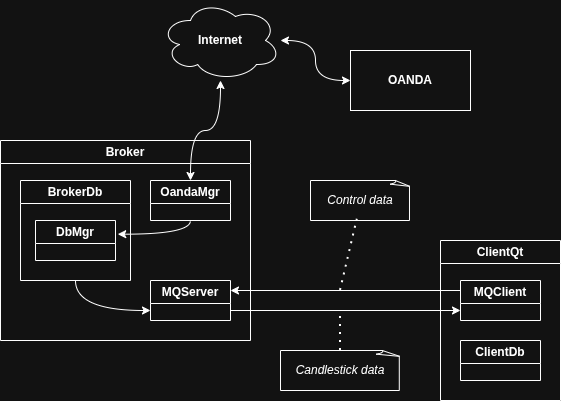
NadimGhaznavi/aifx keeps this draw.io diagram as images/aifx-class-diagram.png. Above is the earlier version. Source tidied: cells renumbered, new cells last; positions are measured from the earlier drawing's top-left corner, leaving out a move shared by most shapes.
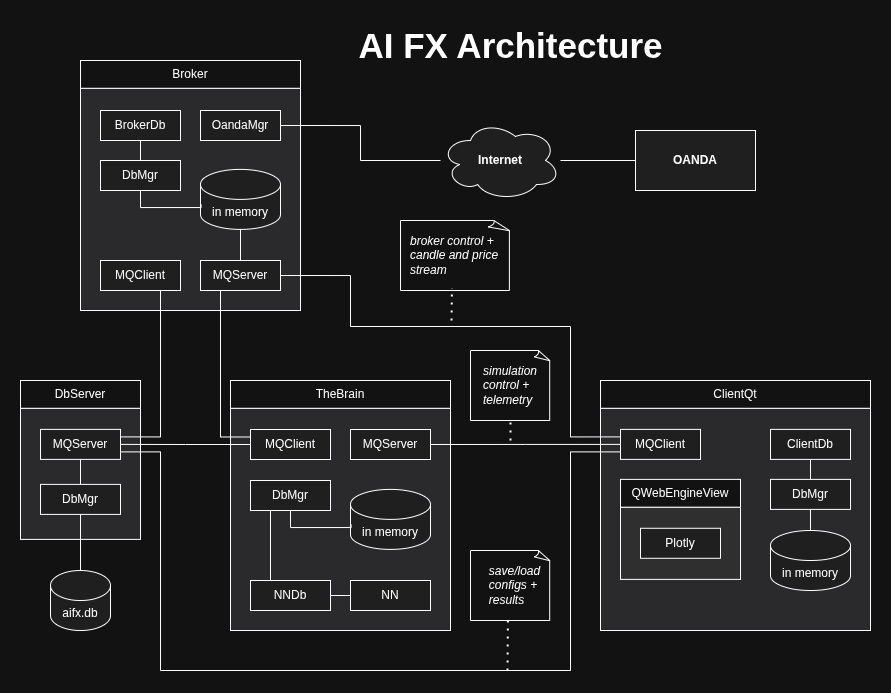
Later version of the same file.

Commit message:
Feat: Target architecture

Diff of the diagram source:
```diff
@@ -2,71 +2,225 @@
   <root>
     <mxCell id="0" />
     <mxCell id="1" parent="0" />
-    <mxCell id="2" value="Internet" style="ellipse;shape=cloud;whiteSpace=wrap;html=1;fontStyle=1;" parent="1" vertex="1">
-      <mxGeometry x="160" width="120" height="80" as="geometry" />
+    <mxCell id="2" value="Internet" style="ellipse;shape=cloud;whiteSpace=wrap;html=1;fontStyle=1;fillColor=light-dark(#FFFFFF,#1F1F1F);" parent="1" vertex="1">
+      <mxGeometry x="560" y="-50" width="120" height="80" as="geometry" />
     </mxCell>
-    <mxCell id="3" value="Broker" style="swimlane;whiteSpace=wrap;html=1;" parent="1" vertex="1">
-      <mxGeometry y="140" width="250" height="200" as="geometry" />
-    </mxCell>
-    <mxCell id="4" value="BrokerDb" style="swimlane;whiteSpace=wrap;html=1;" parent="3" vertex="1">
-      <mxGeometry x="20" y="40" width="110" height="100" as="geometry" />
-    </mxCell>
-    <mxCell id="5" value="DbMgr" style="swimlane;whiteSpace=wrap;html=1;" parent="4" vertex="1">
-      <mxGeometry x="15" y="40" width="80" height="40" as="geometry" />
-    </mxCell>
-    <mxCell id="6" value="MQServer" style="swimlane;whiteSpace=wrap;html=1;" parent="3" vertex="1">
-      <mxGeometry x="150" y="140" width="80" height="40" as="geometry" />
-    </mxCell>
-    <mxCell id="7" style="endArrow=classic;html=1;rounded=0;entryX=0.699;entryY=0.976;entryDx=0;entryDy=0;entryPerimeter=0;edgeStyle=orthogonalEdgeStyle;curved=1;startArrow=none;startFill=0;exitX=0;exitY=0.25;exitDx=0;exitDy=0;" parent="6" edge="1" source="15">
-      <mxGeometry relative="1" as="geometry">
-        <mxPoint x="80" y="10" as="targetPoint" />
-      </mxGeometry>
-    </mxCell>
-    <mxCell id="8" value="OandaMgr" style="swimlane;whiteSpace=wrap;html=1;" parent="3" vertex="1">
-      <mxGeometry x="150" y="40" width="80" height="40" as="geometry" />
-    </mxCell>
-    <mxCell id="9" style="endArrow=classic;html=1;rounded=0;edgeStyle=orthogonalEdgeStyle;curved=1;exitX=0.5;exitY=1;exitDx=0;exitDy=0;entryX=1.028;entryY=0.342;entryDx=0;entryDy=0;entryPerimeter=0;" parent="3" edge="1" source="8" target="5">
-      <mxGeometry relative="1" as="geometry" />
-    </mxCell>
-    <mxCell id="10" style="endArrow=classic;html=1;rounded=0;edgeStyle=orthogonalEdgeStyle;curved=1;entryX=0;entryY=0.75;entryDx=0;entryDy=0;exitX=0.5;exitY=1;exitDx=0;exitDy=0;" parent="3" edge="1" source="4" target="6">
-      <mxGeometry relative="1" as="geometry" />
-    </mxCell>
-    <mxCell id="11" style="endArrow=classic;html=1;rounded=0;edgeStyle=orthogonalEdgeStyle;curved=1;startArrow=classic;startFill=1;" parent="1" edge="1" source="8" target="2">
-      <mxGeometry relative="1" as="geometry" />
-    </mxCell>
-    <mxCell id="12" value="OANDA" style="rounded=0;whiteSpace=wrap;html=1;fontStyle=1;" parent="1" vertex="1">
-      <mxGeometry x="350" y="50" width="120" height="60" as="geometry" />
+    <mxCell id="12" value="OANDA" style="rounded=0;whiteSpace=wrap;html=1;fontStyle=1;fillColor=light-dark(#FFFFFF,#1F1F1F);" parent="1" vertex="1">
+      <mxGeometry x="755" y="-40" width="120" height="60" as="geometry" />
     </mxCell>
-    <mxCell id="13" style="endArrow=classic;html=1;rounded=0;edgeStyle=orthogonalEdgeStyle;curved=1;startArrow=classic;startFill=1;" parent="1" edge="1" source="2" target="12">
+    <mxCell id="13" style="endArrow=none;html=1;rounded=0;edgeStyle=orthogonalEdgeStyle;startArrow=none;startFill=0;endFill=0;" parent="1" edge="1" source="2" target="12">
       <mxGeometry relative="1" as="geometry" />
     </mxCell>
+    <mxCell id="17" value="&lt;div style=&quot;text-align: left;&quot;&gt;broker control +&lt;/div&gt;&lt;div style=&quot;text-align: left;&quot;&gt;candle and price stream&lt;/div&gt;" style="whiteSpace=wrap;html=1;shape=mxgraph.basic.document;fontStyle=2;spacingLeft=9;" parent="1" vertex="1">
+      <mxGeometry x="520" y="50" width="110" height="70" as="geometry" />
+    </mxCell>
+    <mxCell id="19" style="endArrow=none;dashed=1;html=1;dashPattern=1 3;strokeWidth=2;rounded=0;entryX=0.468;entryY=0.967;entryDx=0;entryDy=0;entryPerimeter=0;" parent="1" edge="1" target="17">
+      <mxGeometry relative="1" as="geometry">
+        <mxPoint x="571" y="150" as="sourcePoint" />
+      </mxGeometry>
+    </mxCell>
+    <mxCell id="22" value="&lt;div style=&quot;text-align: left;&quot;&gt;simulation&lt;/div&gt;&lt;div style=&quot;text-align: left;&quot;&gt;control +&lt;/div&gt;&lt;div style=&quot;text-align: left;&quot;&gt;telemetry&lt;/div&gt;" style="whiteSpace=wrap;html=1;shape=mxgraph.basic.document;fontStyle=2;" parent="1" vertex="1">
+      <mxGeometry x="590" y="180" width="80" height="70" as="geometry" />
+    </mxCell>
+    <mxCell id="23" style="endArrow=none;dashed=1;html=1;dashPattern=1 3;strokeWidth=2;rounded=0;entryX=0.5;entryY=1;entryDx=0;entryDy=0;entryPerimeter=0;" parent="1" edge="1" target="22">
+      <mxGeometry relative="1" as="geometry">
+        <mxPoint x="630" y="270" as="sourcePoint" />
+      </mxGeometry>
+    </mxCell>
+    <mxCell id="24" value="AI FX Architecture" style="text;strokeColor=none;fillColor=none;html=1;fontSize=35;fontStyle=1;verticalAlign=middle;align=center;autosizeText=1;" parent="1" vertex="1">
+      <mxGeometry x="470" y="-150" width="320" height="50" as="geometry" />
+    </mxCell>
+    <mxCell id="25" style="group;" parent="1" vertex="1">
+      <mxGeometry x="200" y="-110" width="220" height="250" as="geometry" />
+    </mxCell>
+    <mxCell id="26" style="rounded=0;whiteSpace=wrap;html=1;fillColor=light-dark(#FFFFFF,#2A2A2D);" parent="25" vertex="1">
+      <mxGeometry y="27.8" width="220" height="222.2" as="geometry" />
+    </mxCell>
+    <mxCell id="3" value="Broker" style="rounded=0;whiteSpace=wrap;html=1;" parent="25" vertex="1">
+      <mxGeometry width="220" height="27.8" as="geometry" />
+    </mxCell>
+    <mxCell id="27" value="in memory" style="shape=cylinder3;whiteSpace=wrap;html=1;boundedLbl=1;backgroundOutline=1;size=15;fillColor=light-dark(#FFFFFF,#1F1F1F);" parent="25" vertex="1">
+      <mxGeometry x="120" y="108.9" width="80" height="60" as="geometry" />
+    </mxCell>
+    <mxCell id="28" value="MQClient" style="rounded=0;whiteSpace=wrap;html=1;fillColor=light-dark(#FFFFFF,#1F1F1F);" parent="1" vertex="1">
+      <mxGeometry x="220" y="90" width="80" height="30" as="geometry" />
+    </mxCell>
+    <mxCell id="29" value="MQServer" style="rounded=0;whiteSpace=wrap;html=1;fillColor=light-dark(#FFFFFF,#1F1F1F);" parent="1" vertex="1">
+      <mxGeometry x="320" y="90" width="80" height="30" as="geometry" />
+    </mxCell>
+    <mxCell id="11" style="edgeStyle=orthogonalEdgeStyle;rounded=0;jettySize=auto;html=1;exitX=1;exitY=0.5;exitDx=0;exitDy=0;endArrow=none;endFill=0;" parent="1" edge="1" source="8" target="2">
+      <mxGeometry relative="1" as="geometry" />
+    </mxCell>
+    <mxCell id="8" value="OandaMgr" style="rounded=0;whiteSpace=wrap;html=1;fillColor=light-dark(#FFFFFF,#1F1F1F);" parent="1" vertex="1">
+      <mxGeometry x="320" y="-60" width="80" height="30" as="geometry" />
+    </mxCell>
+    <mxCell id="30" style="edgeStyle=orthogonalEdgeStyle;rounded=0;jettySize=auto;html=1;exitX=0.5;exitY=1;exitDx=0;exitDy=0;exitPerimeter=0;endArrow=none;endFill=0;" parent="1" edge="1" source="27" target="29">
+      <mxGeometry relative="1" as="geometry" />
+    </mxCell>
+    <mxCell id="31" value="DbMgr" style="rounded=0;whiteSpace=wrap;html=1;fillColor=light-dark(#FFFFFF,#1F1F1F);" parent="1" vertex="1">
+      <mxGeometry x="220" y="-10" width="80" height="30" as="geometry" />
+    </mxCell>
+    <mxCell id="32" style="edgeStyle=orthogonalEdgeStyle;rounded=0;jettySize=auto;html=1;exitX=0.5;exitY=1;exitDx=0;exitDy=0;endArrow=none;endFill=0;" parent="1" edge="1" source="4" target="31">
+      <mxGeometry relative="1" as="geometry" />
+    </mxCell>
+    <mxCell id="4" value="BrokerDb" style="rounded=0;whiteSpace=wrap;html=1;fillColor=light-dark(#FFFFFF,#1F1F1F);" parent="1" vertex="1">
+      <mxGeometry x="220" y="-60" width="80" height="30" as="geometry" />
+    </mxCell>
+    <mxCell id="33" style="edgeStyle=orthogonalEdgeStyle;rounded=0;jettySize=auto;html=1;exitX=0.5;exitY=1;exitDx=0;exitDy=0;entryX=0.007;entryY=0.587;entryDx=0;entryDy=0;entryPerimeter=0;endArrow=none;endFill=0;" parent="1" edge="1" source="31" target="27">
+      <mxGeometry relative="1" as="geometry">
+        <Array as="points">
+          <mxPoint x="260" y="37" />
+        </Array>
+      </mxGeometry>
+    </mxCell>
+    <mxCell id="34" style="group;" parent="1" vertex="1">
+      <mxGeometry x="720" y="210" width="270" height="250" as="geometry" />
+    </mxCell>
+    <mxCell id="35" style="rounded=0;whiteSpace=wrap;html=1;fillColor=light-dark(#FFFFFF,#2A2A2D);" parent="34" vertex="1">
+      <mxGeometry y="27.8" width="270" height="222.2" as="geometry" />
+    </mxCell>
-    <mxCell id="14" value="ClientQt" style="swimlane;whiteSpace=wrap;html=1;" parent="1" vertex="1">
-      <mxGeometry x="440" y="240" width="120" height="160" as="geometry" />
+    <mxCell id="14" value="ClientQt" style="rounded=0;whiteSpace=wrap;html=1;" parent="34" vertex="1">
+      <mxGeometry width="270" height="27.8" as="geometry" />
     </mxCell>
-    <mxCell id="15" value="MQClient" style="swimlane;whiteSpace=wrap;html=1;" parent="14" vertex="1">
-      <mxGeometry x="20" y="40" width="80" height="40" as="geometry" />
-    </mxCell>
+    <mxCell id="36" value="MQClient" style="rounded=0;whiteSpace=wrap;html=1;fillColor=light-dark(#FFFFFF,#1F1F1F);" parent="34" vertex="1">
+      <mxGeometry x="20" y="48.9" width="80" height="30" as="geometry" />
+    </mxCell>
+    <mxCell id="37" style="group;" parent="34" vertex="1">
+      <mxGeometry x="20" y="98.9" width="120" height="100" as="geometry" />
+    </mxCell>
+    <mxCell id="38" style="rounded=0;whiteSpace=wrap;html=1;fillColor=light-dark(#FFFFFF,#2F2F30);" parent="37" vertex="1">
+      <mxGeometry y="27.8" width="120" height="72.2" as="geometry" />
+    </mxCell>
+    <mxCell id="39" value="QWebEngineView" style="rounded=0;whiteSpace=wrap;html=1;" parent="37" vertex="1">
+      <mxGeometry width="120" height="27.8" as="geometry" />
+    </mxCell>
+    <mxCell id="40" value="Plotly" style="rounded=0;whiteSpace=wrap;html=1;fillColor=light-dark(#FFFFFF,#1F1F1F);" parent="37" vertex="1">
+      <mxGeometry x="20" y="48.9" width="80" height="30" as="geometry" />
+    </mxCell>
+    <mxCell id="41" style="edgeStyle=orthogonalEdgeStyle;rounded=0;jettySize=auto;html=1;exitX=0.5;exitY=1;exitDx=0;exitDy=0;endArrow=none;endFill=0;" parent="34" edge="1" source="16" target="42">
+      <mxGeometry relative="1" as="geometry" />
+    </mxCell>
-    <mxCell id="16" value="ClientDb" style="swimlane;whiteSpace=wrap;html=1;" parent="14" vertex="1">
-      <mxGeometry x="20" y="100" width="80" height="40" as="geometry" />
+    <mxCell id="16" value="ClientDb" style="rounded=0;whiteSpace=wrap;html=1;fillColor=light-dark(#FFFFFF,#1F1F1F);" parent="34" vertex="1">
+      <mxGeometry x="170" y="48.9" width="80" height="30" as="geometry" />
     </mxCell>
-    <mxCell id="17" value="&lt;div style=&quot;text-align: left;&quot;&gt;&lt;span style=&quot;background-color: transparent; color: light-dark(rgb(0, 0, 0), rgb(255, 255, 255));&quot;&gt;Control data&lt;/span&gt;&lt;br&gt;&lt;/div&gt;" style="whiteSpace=wrap;html=1;shape=mxgraph.basic.document;fontStyle=2;" parent="1" vertex="1">
-      <mxGeometry x="310" y="180" width="100" height="40" as="geometry" />
-    </mxCell>
-    <mxCell id="18" value="&lt;div style=&quot;text-align: left;&quot;&gt;&lt;span style=&quot;background-color: transparent; color: light-dark(rgb(0, 0, 0), rgb(255, 255, 255));&quot;&gt;Candlestick data&lt;/span&gt;&lt;/div&gt;" style="whiteSpace=wrap;html=1;shape=mxgraph.basic.document;fontStyle=2;" parent="1" vertex="1">
-      <mxGeometry x="280" y="350" width="120" height="40" as="geometry" />
-    </mxCell>
-    <mxCell id="19" style="endArrow=none;dashed=1;html=1;dashPattern=1 3;strokeWidth=2;rounded=0;entryX=0.468;entryY=0.967;entryDx=0;entryDy=0;entryPerimeter=0;" parent="1" edge="1" target="17">
-      <mxGeometry relative="1" as="geometry">
-        <mxPoint x="340" y="290" as="sourcePoint" />
-      </mxGeometry>
-    </mxCell>
-    <mxCell id="20" style="endArrow=classic;html=1;rounded=0;entryX=0;entryY=0.75;entryDx=0;entryDy=0;edgeStyle=orthogonalEdgeStyle;curved=1;startArrow=none;startFill=0;exitX=1;exitY=0.75;exitDx=0;exitDy=0;" parent="1" edge="1" source="6" target="15">
-      <mxGeometry relative="1" as="geometry" />
-    </mxCell>
-    <mxCell id="21" style="endArrow=none;dashed=1;html=1;dashPattern=1 3;strokeWidth=2;rounded=0;exitX=0.5;exitY=0;exitDx=0;exitDy=0;exitPerimeter=0;" parent="1" edge="1" source="18">
-      <mxGeometry relative="1" as="geometry">
-        <mxPoint x="340" y="310" as="targetPoint" />
-      </mxGeometry>
-    </mxCell>
+    <mxCell id="42" value="DbMgr" style="rounded=0;whiteSpace=wrap;html=1;fillColor=light-dark(#FFFFFF,#1F1F1F);" parent="34" vertex="1">
+      <mxGeometry x="170" y="98.9" width="80" height="30" as="geometry" />
+    </mxCell>
+    <mxCell id="43" value="in&amp;nbsp;&lt;span style=&quot;background-color: transparent; color: light-dark(rgb(0, 0, 0), rgb(255, 255, 255));&quot;&gt;memory&lt;/span&gt;" style="shape=cylinder3;whiteSpace=wrap;html=1;boundedLbl=1;backgroundOutline=1;size=15;fillColor=light-dark(#FFFFFF,#1F1F1F);" parent="34" vertex="1">
+      <mxGeometry x="170" y="150" width="80" height="60" as="geometry" />
+    </mxCell>
+    <mxCell id="44" style="edgeStyle=orthogonalEdgeStyle;rounded=0;jettySize=auto;html=1;exitX=0.5;exitY=1;exitDx=0;exitDy=0;endArrow=none;endFill=0;" parent="34" edge="1" source="42" target="43">
+      <mxGeometry relative="1" as="geometry" />
+    </mxCell>
+    <mxCell id="45" style="edgeStyle=orthogonalEdgeStyle;rounded=0;jettySize=auto;html=1;entryX=1;entryY=0.5;entryDx=0;entryDy=0;endArrow=none;endFill=0;exitX=0;exitY=0.25;exitDx=0;exitDy=0;" parent="1" edge="1" source="36" target="29">
+      <mxGeometry relative="1" as="geometry">
+        <Array as="points">
+          <mxPoint x="690" y="266" />
+          <mxPoint x="690" y="156" />
+          <mxPoint x="470" y="156" />
+          <mxPoint x="470" y="105" />
+        </Array>
+      </mxGeometry>
+    </mxCell>
+    <mxCell id="46" style="group;" parent="1" vertex="1">
+      <mxGeometry x="350" y="210" width="220" height="250" as="geometry" />
+    </mxCell>
+    <mxCell id="47" style="group;" parent="46" vertex="1">
+      <mxGeometry width="220" height="250" as="geometry" />
+    </mxCell>
+    <mxCell id="48" style="rounded=0;whiteSpace=wrap;html=1;fillColor=light-dark(#FFFFFF,#2A2A2D);" parent="47" vertex="1">
+      <mxGeometry y="27.8" width="220" height="222.2" as="geometry" />
+    </mxCell>
+    <mxCell id="49" value="TheBrain" style="rounded=0;whiteSpace=wrap;html=1;" parent="47" vertex="1">
+      <mxGeometry width="220" height="27.8" as="geometry" />
+    </mxCell>
+    <mxCell id="50" value="in memory" style="shape=cylinder3;whiteSpace=wrap;html=1;boundedLbl=1;backgroundOutline=1;size=15;fillColor=light-dark(#FFFFFF,#1F1F1F);" parent="47" vertex="1">
+      <mxGeometry x="120" y="108.9" width="80" height="60" as="geometry" />
+    </mxCell>
+    <mxCell id="51" value="NNDb" style="rounded=0;whiteSpace=wrap;html=1;fillColor=light-dark(#FFFFFF,#1F1F1F);" parent="47" vertex="1">
+      <mxGeometry x="20" y="200" width="80" height="30" as="geometry" />
+    </mxCell>
+    <mxCell id="52" style="edgeStyle=orthogonalEdgeStyle;rounded=0;jettySize=auto;html=1;exitX=0;exitY=0.5;exitDx=0;exitDy=0;entryX=1;entryY=0.5;entryDx=0;entryDy=0;endArrow=none;endFill=0;" parent="46" edge="1" source="53" target="51">
+      <mxGeometry relative="1" as="geometry" />
+    </mxCell>
+    <mxCell id="53" value="NN" style="rounded=0;whiteSpace=wrap;html=1;fillColor=light-dark(#FFFFFF,#1F1F1F);" parent="46" vertex="1">
+      <mxGeometry x="120" y="200" width="80" height="30" as="geometry" />
+    </mxCell>
+    <mxCell id="54" value="MQServer" style="rounded=0;whiteSpace=wrap;html=1;fillColor=light-dark(#FFFFFF,#1F1F1F);" parent="46" vertex="1">
+      <mxGeometry x="120" y="49" width="80" height="30" as="geometry" />
+    </mxCell>
+    <mxCell id="55" value="DbMgr" style="rounded=0;whiteSpace=wrap;html=1;fillColor=light-dark(#FFFFFF,#1F1F1F);" parent="46" vertex="1">
+      <mxGeometry x="20" y="100" width="80" height="30" as="geometry" />
+    </mxCell>
+    <mxCell id="56" value="MQClient" style="rounded=0;whiteSpace=wrap;html=1;fillColor=light-dark(#FFFFFF,#1F1F1F);" parent="46" vertex="1">
+      <mxGeometry x="20" y="49" width="80" height="30" as="geometry" />
+    </mxCell>
+    <mxCell id="57" style="edgeStyle=orthogonalEdgeStyle;rounded=0;jettySize=auto;html=1;exitX=0.5;exitY=1;exitDx=0;exitDy=0;entryX=0.007;entryY=0.587;entryDx=0;entryDy=0;entryPerimeter=0;endArrow=none;endFill=0;" parent="46" edge="1" source="55" target="50">
+      <mxGeometry relative="1" as="geometry">
+        <Array as="points">
+          <mxPoint x="60" y="147" />
+        </Array>
+      </mxGeometry>
+    </mxCell>
+    <mxCell id="58" style="edgeStyle=orthogonalEdgeStyle;rounded=0;jettySize=auto;html=1;exitX=0.25;exitY=0;exitDx=0;exitDy=0;entryX=0.25;entryY=1;entryDx=0;entryDy=0;endArrow=none;endFill=0;" parent="46" edge="1" source="51" target="55">
+      <mxGeometry relative="1" as="geometry" />
+    </mxCell>
+    <mxCell id="59" style="edgeStyle=orthogonalEdgeStyle;rounded=0;jettySize=auto;html=1;entryX=1;entryY=0.5;entryDx=0;entryDy=0;endArrow=none;endFill=0;exitX=0;exitY=0.5;exitDx=0;exitDy=0;" parent="1" edge="1" source="36" target="54">
+      <mxGeometry relative="1" as="geometry" />
+    </mxCell>
+    <mxCell id="60" style="edgeStyle=orthogonalEdgeStyle;rounded=0;jettySize=auto;html=1;exitX=0;exitY=0.25;exitDx=0;exitDy=0;entryX=0.25;entryY=1;entryDx=0;entryDy=0;endArrow=none;endFill=0;" parent="1" edge="1" source="56" target="29">
+      <mxGeometry relative="1" as="geometry" />
+    </mxCell>
+    <mxCell id="61" style="group;" parent="1" vertex="1">
+      <mxGeometry x="140" y="210" width="120" height="270" as="geometry" />
+    </mxCell>
+    <mxCell id="62" style="group;" parent="61" vertex="1">
+      <mxGeometry width="120" height="158.9" as="geometry" />
+    </mxCell>
+    <mxCell id="63" style="rounded=0;whiteSpace=wrap;html=1;fillColor=light-dark(#FFFFFF,#2A2A2D);" parent="62" vertex="1">
+      <mxGeometry y="27.8" width="120" height="131.1" as="geometry" />
+    </mxCell>
+    <mxCell id="64" value="DbServer" style="rounded=0;whiteSpace=wrap;html=1;" parent="62" vertex="1">
+      <mxGeometry width="120" height="27.8" as="geometry" />
+    </mxCell>
+    <mxCell id="65" value="MQServer" style="rounded=0;whiteSpace=wrap;html=1;fillColor=light-dark(#FFFFFF,#1F1F1F);" parent="61" vertex="1">
+      <mxGeometry x="20" y="48.9" width="80" height="30" as="geometry" />
+    </mxCell>
+    <mxCell id="66" value="aifx.db" style="shape=cylinder3;whiteSpace=wrap;html=1;boundedLbl=1;backgroundOutline=1;size=15;fillColor=light-dark(#FFFFFF,#1F1F1F);" parent="61" vertex="1">
+      <mxGeometry x="30" y="190" width="60" height="60" as="geometry" />
+    </mxCell>
+    <mxCell id="67" value="DbMgr" style="rounded=0;whiteSpace=wrap;html=1;fillColor=light-dark(#FFFFFF,#1F1F1F);" parent="61" vertex="1">
+      <mxGeometry x="20" y="103.9" width="80" height="30" as="geometry" />
+    </mxCell>
+    <mxCell id="68" style="edgeStyle=orthogonalEdgeStyle;rounded=0;jettySize=auto;html=1;exitX=0.5;exitY=1;exitDx=0;exitDy=0;endArrow=none;endFill=0;" parent="61" edge="1" source="65" target="67">
+      <mxGeometry relative="1" as="geometry" />
+    </mxCell>
+    <mxCell id="69" style="edgeStyle=orthogonalEdgeStyle;rounded=0;jettySize=auto;html=1;exitX=0.5;exitY=1;exitDx=0;exitDy=0;entryX=0.5;entryY=0;entryDx=0;entryDy=0;entryPerimeter=0;endArrow=none;endFill=0;" parent="61" edge="1" source="67" target="66">
+      <mxGeometry relative="1" as="geometry" />
+    </mxCell>
+    <mxCell id="70" style="edgeStyle=orthogonalEdgeStyle;rounded=0;jettySize=auto;html=1;exitX=1;exitY=0.25;exitDx=0;exitDy=0;entryX=0.75;entryY=1;entryDx=0;entryDy=0;endArrow=none;endFill=0;" parent="1" edge="1" source="65" target="28">
+      <mxGeometry relative="1" as="geometry" />
+    </mxCell>
+    <mxCell id="71" style="edgeStyle=orthogonalEdgeStyle;rounded=0;jettySize=auto;html=1;endArrow=none;endFill=0;entryX=1;entryY=0.5;entryDx=0;entryDy=0;exitX=0;exitY=0.5;exitDx=0;exitDy=0;" parent="1" edge="1" source="56" target="65">
+      <mxGeometry relative="1" as="geometry" />
+    </mxCell>
+    <mxCell id="72" style="edgeStyle=orthogonalEdgeStyle;rounded=0;jettySize=auto;html=1;exitX=0;exitY=0.75;exitDx=0;exitDy=0;entryX=1;entryY=0.75;entryDx=0;entryDy=0;endArrow=none;endFill=0;" parent="1" edge="1" source="36" target="65">
+      <mxGeometry relative="1" as="geometry">
+        <Array as="points">
+          <mxPoint x="690" y="281" />
+          <mxPoint x="690" y="500" />
+          <mxPoint x="280" y="500" />
+          <mxPoint x="280" y="281" />
+        </Array>
+      </mxGeometry>
+    </mxCell>
+    <mxCell id="73" value="&lt;div style=&quot;text-align: left;&quot;&gt;save/load&lt;/div&gt;&lt;div style=&quot;text-align: left;&quot;&gt;configs +&lt;/div&gt;&lt;div style=&quot;text-align: left;&quot;&gt;results&lt;/div&gt;" style="whiteSpace=wrap;html=1;shape=mxgraph.basic.document;fontStyle=2;spacingLeft=9;" parent="1" vertex="1">
+      <mxGeometry x="590" y="380" width="80" height="70" as="geometry" />
+    </mxCell>
+    <mxCell id="74" style="endArrow=none;dashed=1;html=1;dashPattern=1 3;strokeWidth=2;rounded=0;entryX=0.468;entryY=0.967;entryDx=0;entryDy=0;entryPerimeter=0;" parent="1" edge="1" target="73">
+      <mxGeometry relative="1" as="geometry">
+        <mxPoint x="627" y="500" as="sourcePoint" />
+      </mxGeometry>
+    </mxCell>
   </root>
 </mxGraphModel>
```
